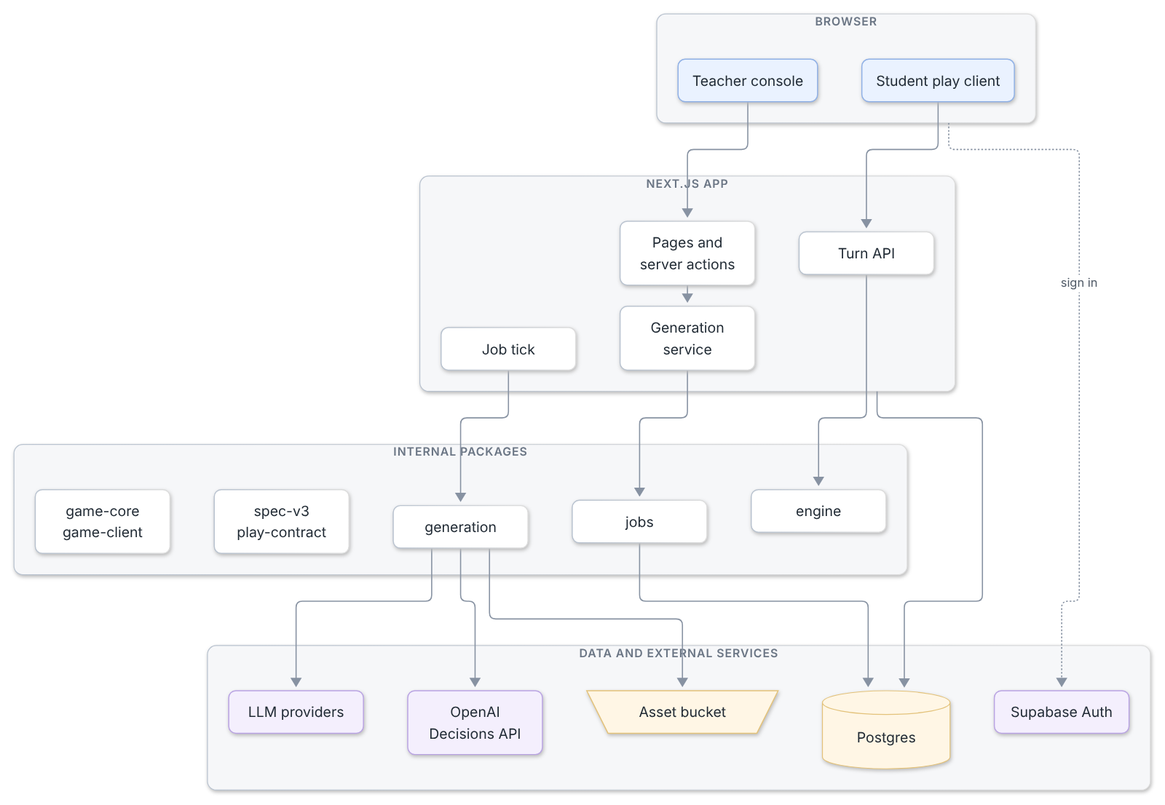
damiancxliew/CS3216_Assignment3 keeps this Mermaid diagram as docs/diagrams/png/d1-system-overview.png. Above is the earlier version. Its source is kept beside it as docs/diagrams/d1-system-overview.mmd.
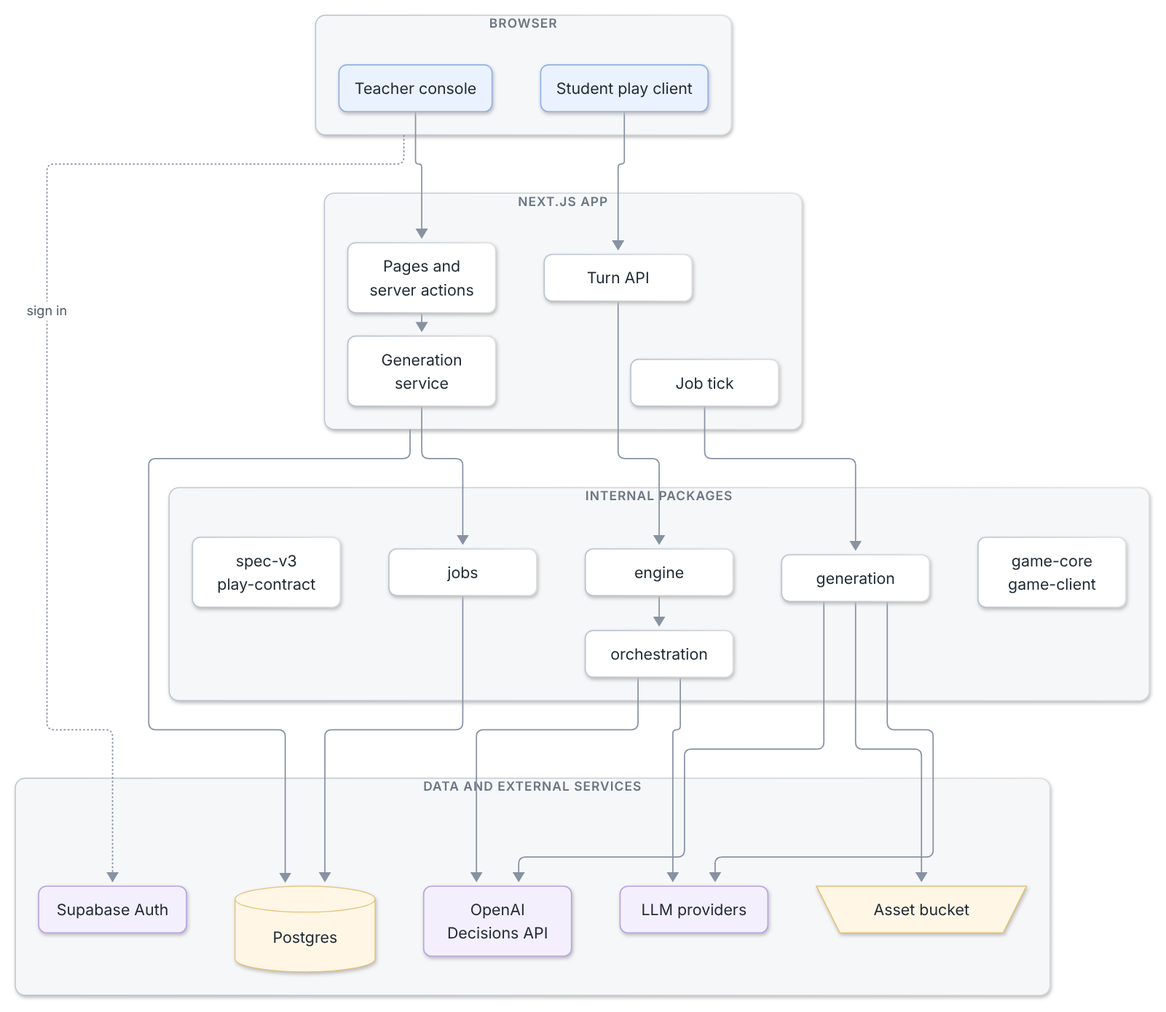
After the change.

Commit message:
docs: update D1, D3, D5 and notes for Decisions post-turn check and severity flags (PR #397)

Diff of the diagram source:
```diff
@@ -18,6 +18,7 @@
     GP["generation"]
     JOBS["jobs"]
     ENG["engine"]
+    ORCH["orchestration"]
     SHARED["spec-v3<br/>play-contract"]
     GC["game-core<br/>game-client"]
   end
@@ -35,8 +36,9 @@
   S --> TURN
   PAGES --> GEN --> JOBS
   TICK --> GP
-  TURN --> ENG
+  TURN --> ENG --> ORCH
   GP --> LLM & DEC & BKT
+  ORCH --> LLM & DEC
   JOBS --> DB
   web --> DB
   browser -.->|sign in| AUTH
```
